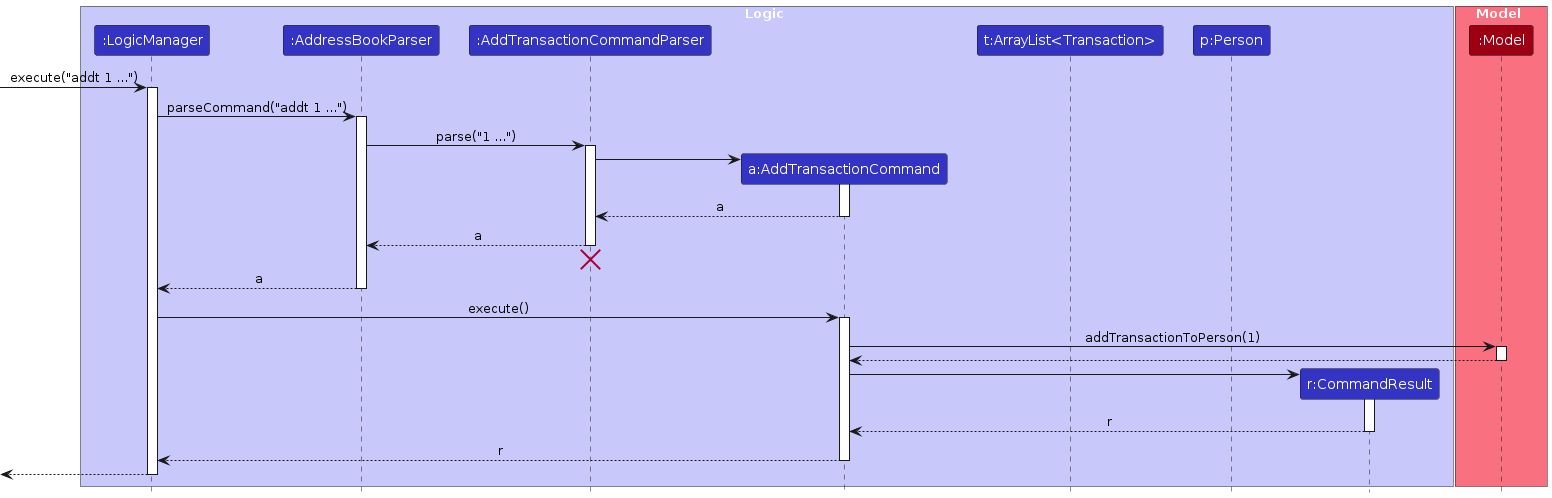
The PlantUML diagram diagrams/AddTransactionSequenceDiagram.png in reginateh/tp, before a commit. Its source is kept beside it as diagrams/AddTransactionSequenceDiagram.puml.
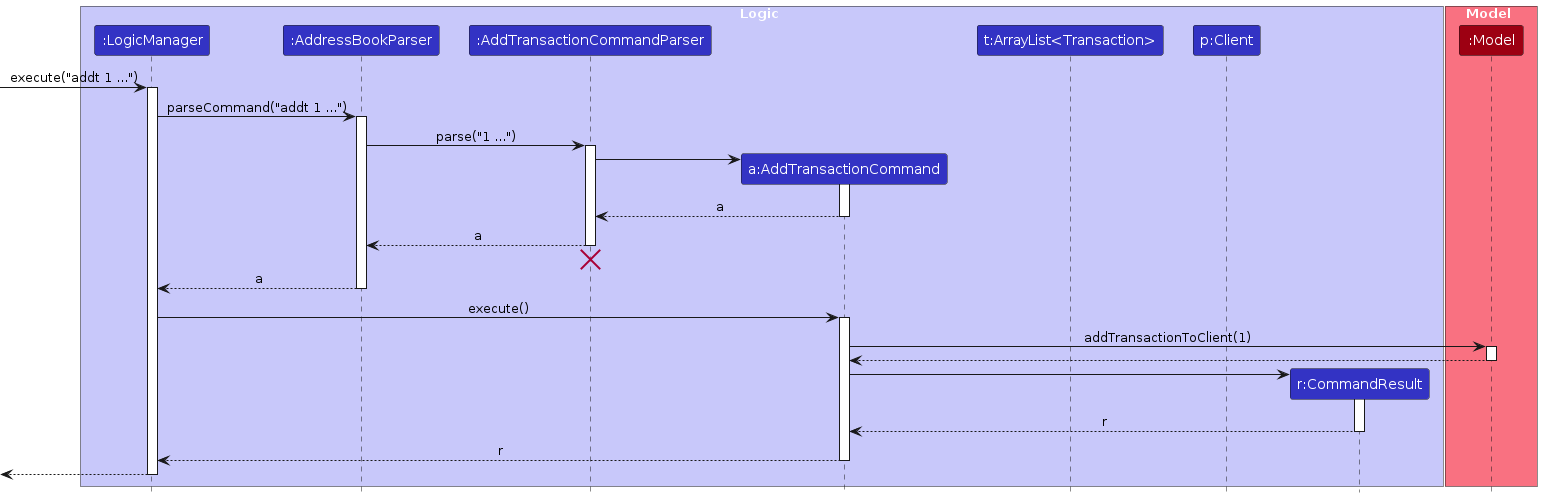
Later version of the same file.

What changed in the source:
```diff
@@ -8,7 +8,7 @@
 participant ":AddTransactionCommandParser" as AddTransactionCommandParser LOGIC_COLOR
 participant "a:AddTransactionCommand" as AddTransactionCommand LOGIC_COLOR
 participant "t:ArrayList<Transaction>" as TransactionList LOGIC_COLOR
-participant "p:Person" as Person LOGIC_COLOR
+participant "p:Client" as Client LOGIC_COLOR
 participant "r:CommandResult" as CommandResult LOGIC_COLOR
 end box
 
@@ -43,7 +43,7 @@
 LogicManager -> AddTransactionCommand : execute()
 activate AddTransactionCommand
 
-AddTransactionCommand -> Model : addTransactionToPerson(1)
+AddTransactionCommand -> Model : addTransactionToClient(1)
 activate Model
 Model --> AddTransactionCommand
 deactivate Model
```
